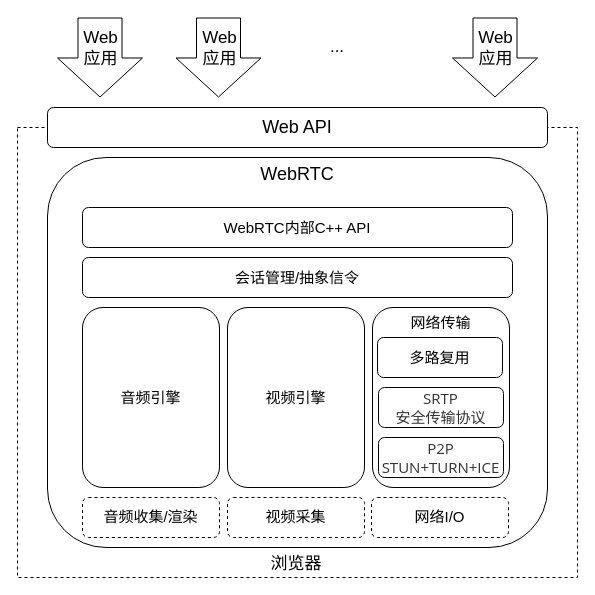
Whistle1988/code keeps this draw.io diagram as webrtc架构.drawio. Above is the earlier version. Source tidied: cells renumbered, new cells numbered last; positions are measured from the earlier drawing's top-left corner, leaving out a move shared by most shapes. Both pictures are drawn from the tidied source at 100%, with x=0, y=0 at pixel (17, 17).
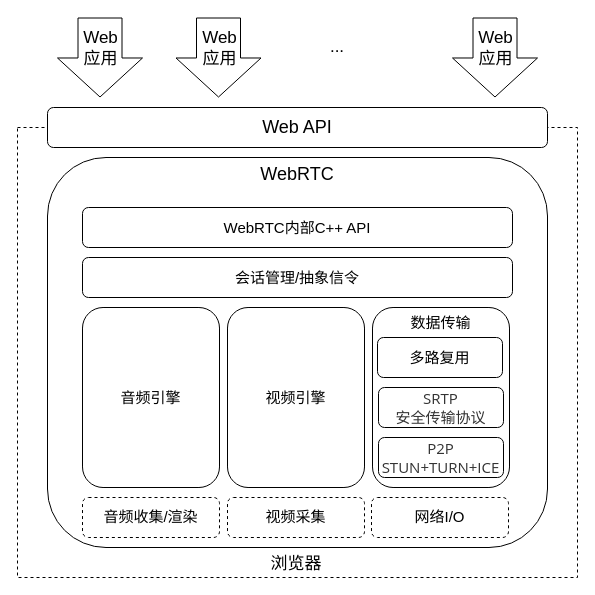
The same diagram, later.

The edit, as a diff of the source:
```diff
@@
-    <mxCell id="8" value="网络传输" style="rounded=1;whiteSpace=wrap;html=1;verticalAlign=top;fontSize=15;" parent="1" vertex="1">
+    <mxCell id="8" value="数据传输" style="rounded=1;whiteSpace=wrap;html=1;verticalAlign=top;fontSize=15;" parent="1" vertex="1">
       <mxGeometry x="355" y="290" width="137" height="180" as="geometry" />
     </mxCell>
```
